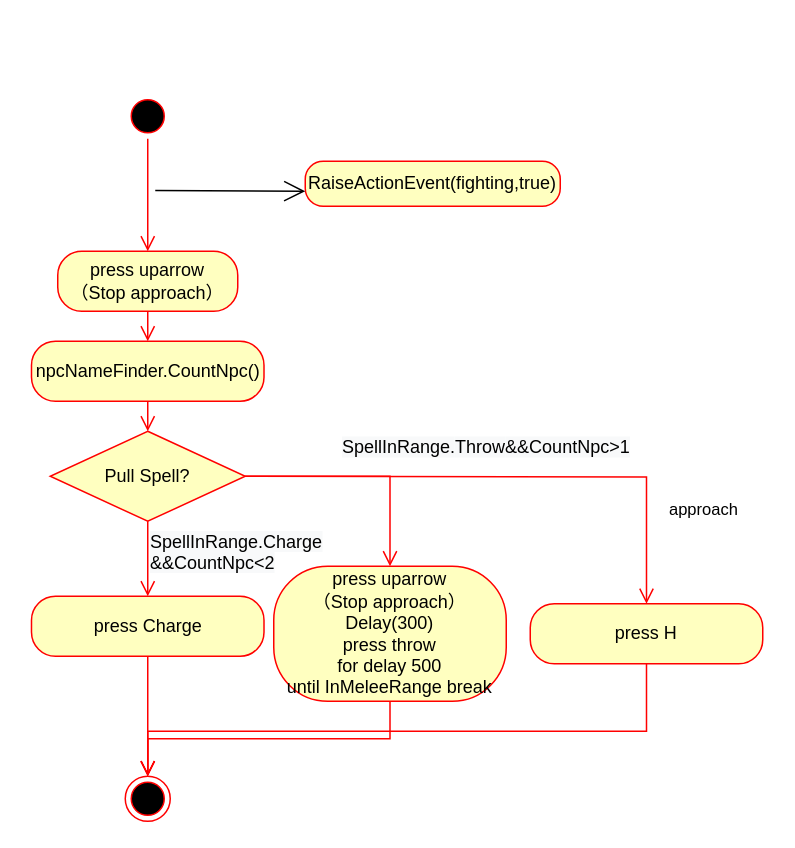
YannieCheung/botgrams keeps this draw.io diagram as PullTargetAction.drawio. Above is the earlier version. Source tidied: cells renumbered, new cells numbered last; positions are measured from the earlier drawing's top-left corner, leaving out a move shared by most shapes. Both pictures are drawn from the tidied source at 150%, with x=0, y=0 at pixel (32, 93).
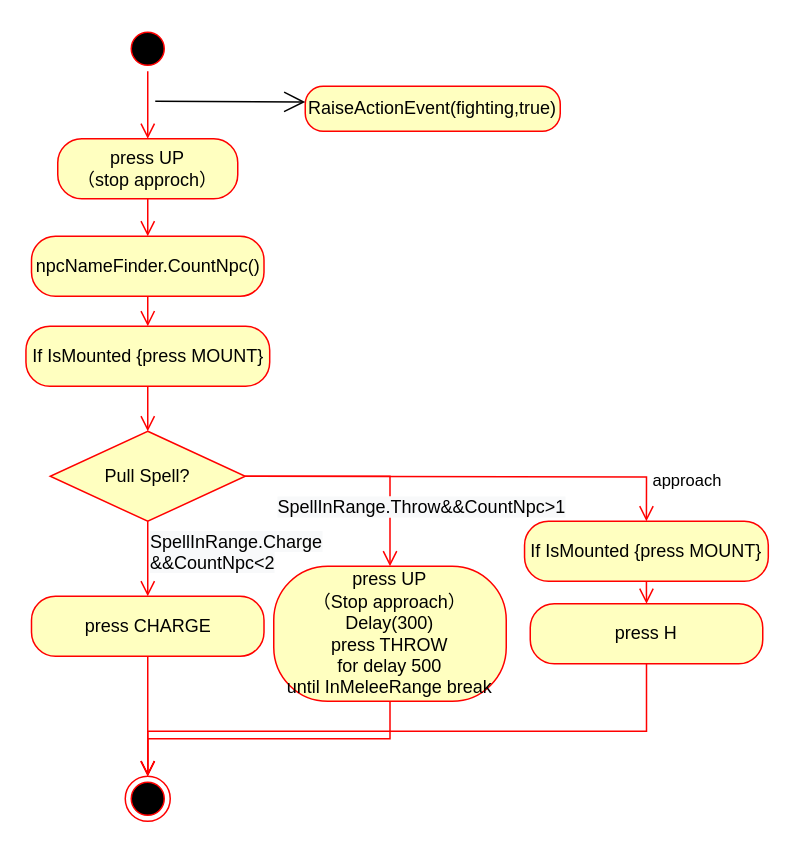
After the change.

The change refers to these unchanged cells:
```xml
<mxCell id="8" value="Pull Spell?" style="rhombus;whiteSpace=wrap;html=1;fillColor=#ffffc0;strokeColor=#ff0000;" parent="1" vertex="1">
  <mxGeometry x="12" y="225" width="130" height="60" as="geometry" />
</mxCell>
<mxCell id="18" value="press H" style="rounded=1;whiteSpace=wrap;html=1;arcSize=40;fontColor=#000000;fillColor=#ffffc0;strokeColor=#ff0000;" parent="1" vertex="1">
  <mxGeometry x="332" y="340" width="155" height="40" as="geometry" />
</mxCell>
```

What changed in the source:
```diff
@@
-    <mxCell id="2" value="press uparrow&lt;br&gt;（Stop approach）" style="rounded=1;whiteSpace=wrap;html=1;arcSize=40;fontColor=#000000;fillColor=#ffffc0;strokeColor=#ff0000;" parent="1" vertex="1">
-      <mxGeometry x="17" y="105" width="120" height="40" as="geometry" />
+    <mxCell id="2" value="press UP&lt;br&gt;（stop approch）" style="rounded=1;whiteSpace=wrap;html=1;arcSize=40;fontColor=#000000;fillColor=#ffffc0;strokeColor=#ff0000;" parent="1" vertex="1">
+      <mxGeometry x="17" y="30" width="120" height="40" as="geometry" />
     </mxCell>
-    <mxCell id="3" style="edgeStyle=orthogonalEdgeStyle;html=1;verticalAlign=bottom;endArrow=open;endSize=8;strokeColor=#ff0000;rounded=0;" parent="1" edge="1" source="2">
-      <mxGeometry relative="1" as="geometry">
-        <mxPoint x="77" y="165" as="targetPoint" />
-      </mxGeometry>
+    <mxCell id="3" style="edgeStyle=orthogonalEdgeStyle;html=1;verticalAlign=bottom;endArrow=open;endSize=8;strokeColor=#ff0000;rounded=0;entryX=0.5;entryY=0;entryDx=0;entryDy=0;" parent="1" edge="1" source="2" target="7">
+      <mxGeometry relative="1" as="geometry" />
     </mxCell>
-    <mxCell id="4" style="edgeStyle=orthogonalEdgeStyle;html=1;verticalAlign=bottom;endArrow=open;endSize=8;strokeColor=#ff0000;rounded=0;exitX=0.5;exitY=1;exitDx=0;exitDy=0;" parent="1" edge="1">
-      <mxGeometry relative="1" as="geometry">
-        <mxPoint x="77" y="30" as="sourcePoint" />
-        <mxPoint x="77" y="105" as="targetPoint" />
-      </mxGeometry>
+    <mxCell id="4" style="edgeStyle=orthogonalEdgeStyle;html=1;verticalAlign=bottom;endArrow=open;endSize=8;strokeColor=#ff0000;rounded=0;exitX=0.5;exitY=1;exitDx=0;exitDy=0;entryX=0.5;entryY=0;entryDx=0;entryDy=0;" parent="1" edge="1" source="15" target="2">
+      <mxGeometry relative="1" as="geometry" />
     </mxCell>
     <mxCell id="5" value="&lt;span style=&quot;text-align: left;&quot;&gt;RaiseActionEvent(fighting,true)&lt;/span&gt;" style="rounded=1;whiteSpace=wrap;html=1;arcSize=40;fontColor=#000000;fillColor=#ffffc0;strokeColor=#ff0000;" parent="1" vertex="1">
-      <mxGeometry x="182" y="45" width="170" height="30" as="geometry" />
+      <mxGeometry x="182" y="-5" width="170" height="30" as="geometry" />
     </mxCell>
     <mxCell id="6" style="endArrow=open;endFill=1;endSize=12;html=1;rounded=0;" parent="1" edge="1">
       <mxGeometry relative="1" as="geometry">
-        <mxPoint x="82" y="64.5" as="sourcePoint" />
-        <mxPoint x="182" y="65" as="targetPoint" />
+        <mxPoint x="82" y="5" as="sourcePoint" />
+        <mxPoint x="182" y="5.5" as="targetPoint" />
       </mxGeometry>
     </mxCell>
     <mxCell id="7" value="npcNameFinder.CountNpc()" style="rounded=1;whiteSpace=wrap;html=1;arcSize=40;fontColor=#000000;fillColor=#ffffc0;strokeColor=#ff0000;" parent="1" vertex="1">
-      <mxGeometry x="-0.5" y="165" width="155" height="40" as="geometry" />
+      <mxGeometry x="-0.5" y="95" width="155" height="40" as="geometry" />
     </mxCell>
@@
     <mxCell id="9" value="&lt;span style=&quot;font-size: 12px; text-align: center; background-color: rgb(248, 249, 250);&quot;&gt;SpellInRange.&lt;/span&gt;&lt;span style=&quot;font-size: 12px; text-align: center; background-color: rgb(248, 249, 250);&quot;&gt;Throw&lt;/span&gt;&lt;span style=&quot;font-size: 12px; text-align: center; background-color: rgb(248, 249, 250);&quot;&gt;&amp;amp;&amp;amp;CountNpc&amp;gt;1&lt;/span&gt;" style="edgeStyle=orthogonalEdgeStyle;html=1;align=left;verticalAlign=bottom;endArrow=open;endSize=8;strokeColor=#ff0000;rounded=0;entryX=0.5;entryY=0;entryDx=0;entryDy=0;" parent="1" edge="1" source="8" target="13">
-      <mxGeometry x="-0.2" y="10" relative="1" as="geometry" />
+      <mxGeometry x="-0.74" y="-30" relative="1" as="geometry" />
     </mxCell>
@@
-    <mxCell id="11" style="edgeStyle=orthogonalEdgeStyle;html=1;verticalAlign=bottom;endArrow=open;endSize=8;strokeColor=#ff0000;rounded=0;exitX=0.5;exitY=1;exitDx=0;exitDy=0;entryX=0.5;entryY=0;entryDx=0;entryDy=0;" parent="1" edge="1" source="7" target="8">
+    <mxCell id="11" style="edgeStyle=orthogonalEdgeStyle;html=1;verticalAlign=bottom;endArrow=open;endSize=8;strokeColor=#ff0000;rounded=0;entryX=0.5;entryY=0;entryDx=0;entryDy=0;exitX=0.468;exitY=1;exitDx=0;exitDy=0;exitPerimeter=0;" parent="1" edge="1" source="21" target="8">
       <mxGeometry relative="1" as="geometry">
         <Array as="points">
-          <mxPoint x="77" y="215" />
-          <mxPoint x="77" y="215" />
+          <mxPoint x="77" y="195" />
         </Array>
       </mxGeometry>
     </mxCell>
-    <mxCell id="12" value="press Charge&lt;br&gt;" style="rounded=1;whiteSpace=wrap;html=1;arcSize=40;fontColor=#000000;fillColor=#ffffc0;strokeColor=#ff0000;" parent="1" vertex="1">
+    <mxCell id="12" value="press CHARGE" style="rounded=1;whiteSpace=wrap;html=1;arcSize=40;fontColor=#000000;fillColor=#ffffc0;strokeColor=#ff0000;" parent="1" vertex="1">
       <mxGeometry x="-0.5" y="335" width="155" height="40" as="geometry" />
     </mxCell>
-    <mxCell id="13" value="press uparrow&lt;br&gt;（Stop approach）&lt;br&gt;Delay(300)&lt;br&gt;press throw&lt;br&gt;for delay 500 until&amp;nbsp;InMeleeRange break" style="rounded=1;whiteSpace=wrap;html=1;arcSize=40;fontColor=#000000;fillColor=#ffffc0;strokeColor=#ff0000;" parent="1" vertex="1">
+    <mxCell id="13" value="press UP&lt;br&gt;（Stop approach）&lt;br&gt;Delay(300)&lt;br&gt;press THROW&lt;br&gt;for delay 500 until&amp;nbsp;InMeleeRange break" style="rounded=1;whiteSpace=wrap;html=1;arcSize=40;fontColor=#000000;fillColor=#ffffc0;strokeColor=#ff0000;" parent="1" vertex="1">
       <mxGeometry x="161" y="315" width="155" height="90" as="geometry" />
     </mxCell>
@@
     <mxCell id="15" style="ellipse;html=1;shape=startState;fillColor=#000000;strokeColor=#ff0000;" parent="1" vertex="1">
-      <mxGeometry x="62" width="30" height="30" as="geometry" />
+      <mxGeometry x="62" y="-45" width="30" height="30" as="geometry" />
     </mxCell>
@@
-    <mxCell id="19" value="&lt;div style=&quot;text-align: center;&quot;&gt;approach&lt;/div&gt;" style="edgeStyle=orthogonalEdgeStyle;html=1;align=left;verticalAlign=bottom;endArrow=open;endSize=8;strokeColor=#ff0000;rounded=0;" parent="1" edge="1" target="18">
-      <mxGeometry x="0.69" y="13" relative="1" as="geometry">
+    <mxCell id="19" value="&lt;div style=&quot;text-align: center;&quot;&gt;approach&lt;/div&gt;" style="edgeStyle=orthogonalEdgeStyle;html=1;align=left;verticalAlign=bottom;endArrow=open;endSize=8;strokeColor=#ff0000;rounded=0;entryX=0.5;entryY=0;entryDx=0;entryDy=0;" parent="1" edge="1" target="23">
+      <mxGeometry x="0.87" y="3" relative="1" as="geometry">
         <mxPoint x="142" y="255" as="sourcePoint" />
         <mxPoint y="1" as="offset" />
       </mxGeometry>
     </mxCell>
@@
+    <mxCell id="21" value="If IsMounted {press MOUNT}" style="rounded=1;whiteSpace=wrap;html=1;arcSize=40;fontColor=#000000;fillColor=#ffffc0;strokeColor=#ff0000;" parent="1" vertex="1">
+      <mxGeometry x="-4.2" y="155" width="162.5" height="40" as="geometry" />
+    </mxCell>
+    <mxCell id="22" style="edgeStyle=orthogonalEdgeStyle;html=1;verticalAlign=bottom;endArrow=open;endSize=8;strokeColor=#ff0000;rounded=0;entryX=0.5;entryY=0;entryDx=0;entryDy=0;exitX=0.5;exitY=1;exitDx=0;exitDy=0;" parent="1" edge="1" source="7" target="21">
+      <mxGeometry relative="1" as="geometry" />
+    </mxCell>
+    <mxCell id="23" value="If IsMounted {press MOUNT}" style="rounded=1;whiteSpace=wrap;html=1;arcSize=40;fontColor=#000000;fillColor=#ffffc0;strokeColor=#ff0000;" parent="1" vertex="1">
+      <mxGeometry x="328.2" y="285" width="162.5" height="40" as="geometry" />
+    </mxCell>
+    <mxCell id="24" style="edgeStyle=orthogonalEdgeStyle;html=1;verticalAlign=bottom;endArrow=open;endSize=8;strokeColor=#ff0000;rounded=0;entryX=0.5;entryY=0;entryDx=0;entryDy=0;exitX=0.5;exitY=1;exitDx=0;exitDy=0;" parent="1" edge="1" source="23" target="18">
+      <mxGeometry relative="1" as="geometry" />
+    </mxCell>
```
